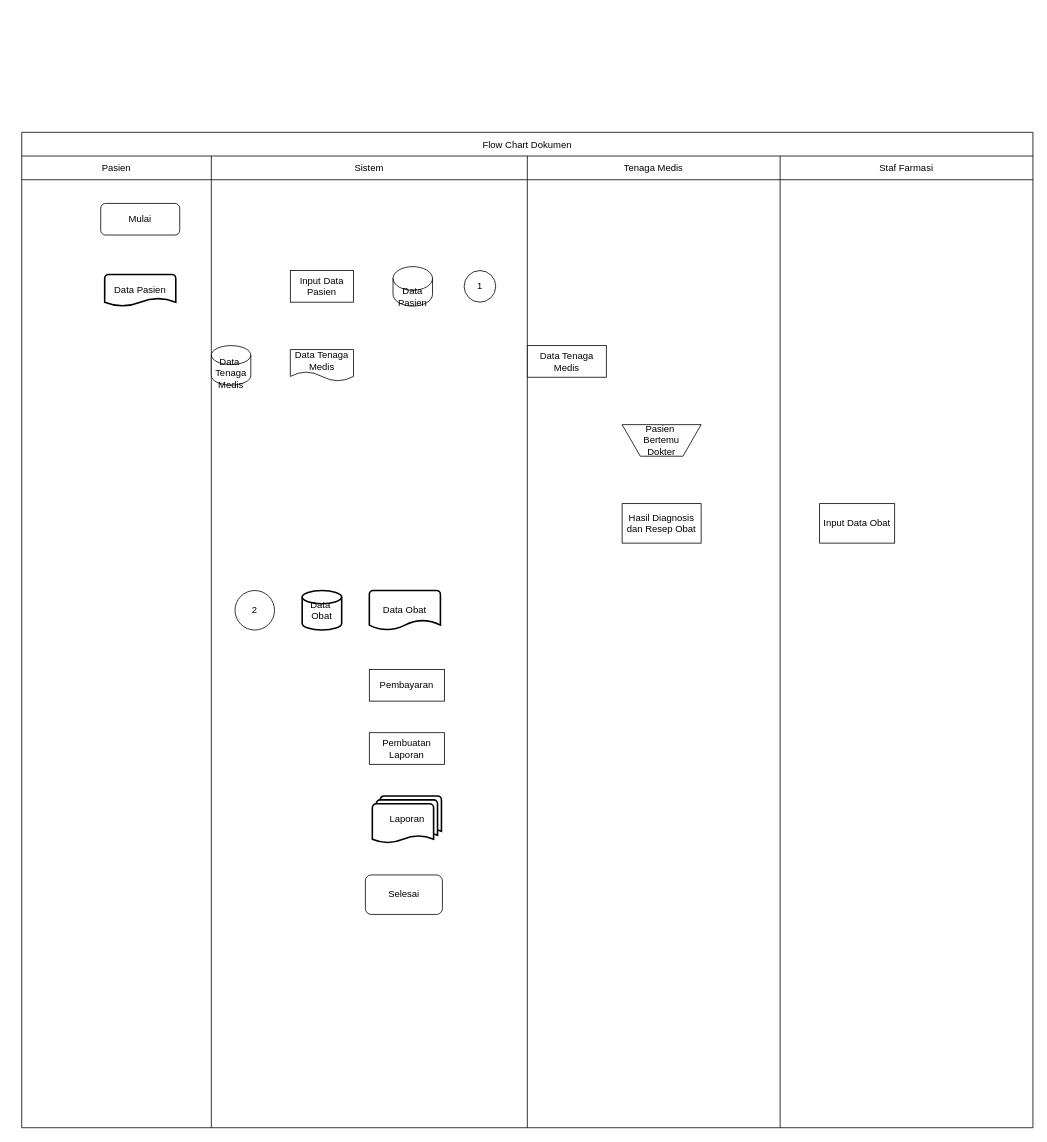
This is page "Page-7" (7 of 7) of Untitled Diagram.drawio from EkaAyuu/Portofolio-Eka, a draw.io file, before an edit. Source tidied: cells renumbered, new cells numbered last; positions are measured from the earlier drawing's top-left corner, leaving out a move shared by most shapes. Both pictures are drawn from the tidied source at 79%, with x=0, y=0 at pixel (21, 132).
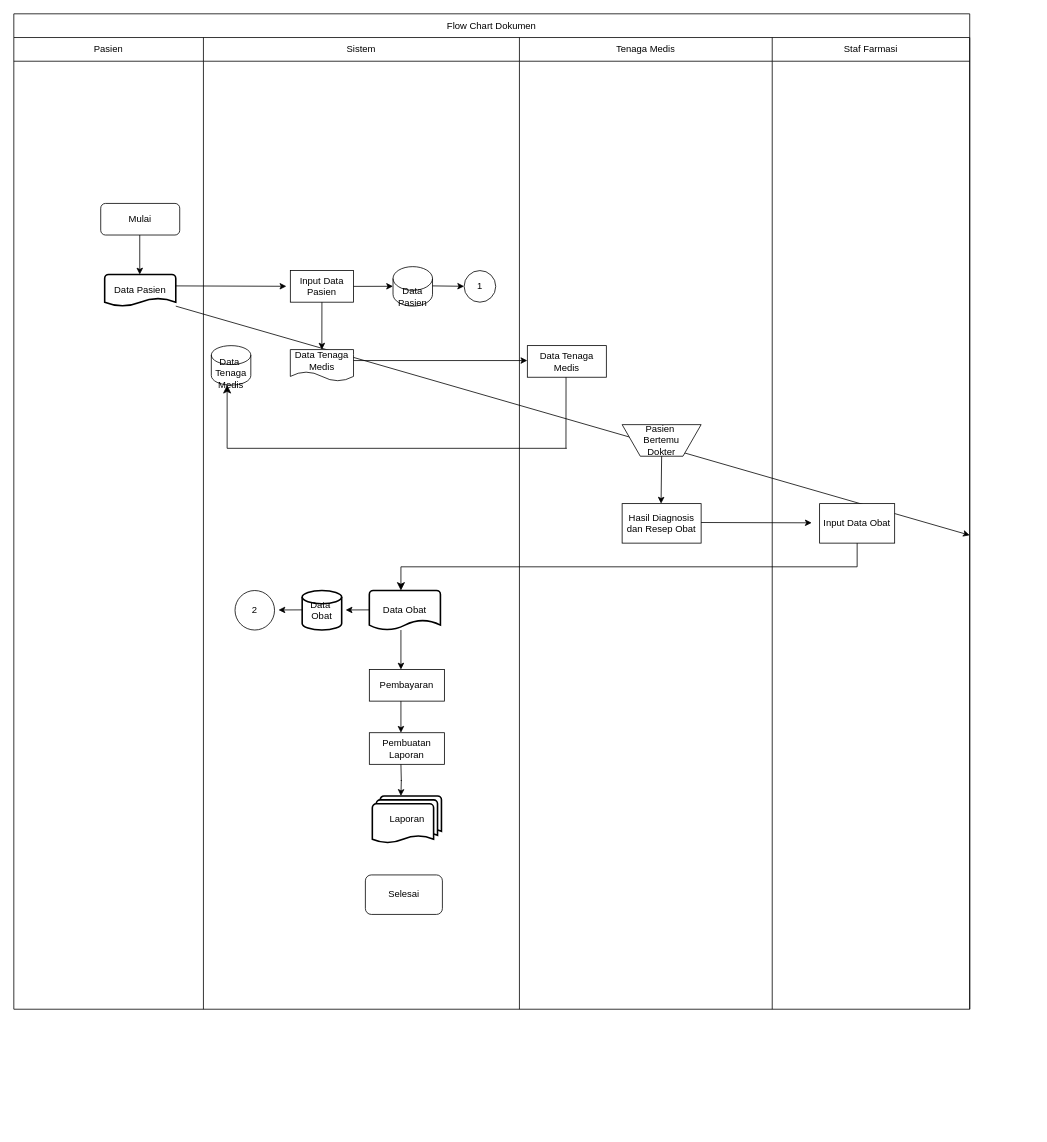
The same page after the edit.

The change refers to these unchanged cells:
```xml
<mxCell id="13" value="Data Pasien" style="strokeWidth=2;html=1;shape=mxgraph.flowchart.document2;whiteSpace=wrap;size=0.25;" parent="1" vertex="1">
  <mxGeometry x="105" y="180" width="90" height="40" as="geometry" />
</mxCell>
<mxCell id="14" value="Mulai" style="rounded=1;whiteSpace=wrap;html=1;" parent="1" vertex="1">
  <mxGeometry x="100" y="90" width="100" height="40" as="geometry" />
</mxCell>
<mxCell id="15" value="Input Data&lt;div&gt;Pasien&lt;/div&gt;" style="rounded=0;whiteSpace=wrap;html=1;" parent="1" vertex="1">
  <mxGeometry x="340" y="175" width="80" height="40" as="geometry" />
</mxCell>
<mxCell id="18" value="Data&amp;nbsp;&lt;div&gt;Tenaga&lt;/div&gt;&lt;div&gt;Medis&lt;/div&gt;" style="shape=cylinder3;whiteSpace=wrap;html=1;boundedLbl=1;backgroundOutline=1;size=11.999999999999915;" parent="1" vertex="1">
  <mxGeometry x="240" y="270" width="50" height="50" as="geometry" />
</mxCell>
<mxCell id="21" value="Pasien&amp;nbsp;&lt;div&gt;Bertemu&lt;/div&gt;&lt;div&gt;Dokter&lt;/div&gt;" style="verticalLabelPosition=middle;verticalAlign=middle;html=1;shape=trapezoid;perimeter=trapezoidPerimeter;whiteSpace=wrap;size=0.23;arcSize=10;flipV=1;labelPosition=center;align=center;" parent="1" vertex="1">
  <mxGeometry x="760" y="370" width="100" height="40" as="geometry" />
</mxCell>
<mxCell id="23" value="Input Data Obat" style="rounded=0;whiteSpace=wrap;html=1;" parent="1" vertex="1">
  <mxGeometry x="1010" y="470" width="95" height="50" as="geometry" />
</mxCell>
```

Diff of the diagram source:
```diff
@@
     <mxCell id="2" value="Flow Chart Dokumen" style="shape=table;startSize=30;childLayout=tableLayout;" parent="1" vertex="1">
-      <mxGeometry width="1280" height="1260" as="geometry" />
+      <mxGeometry x="-10" y="-150" width="1210" height="1260" as="geometry" />
     </mxCell>
     <mxCell id="3" style="shape=tableRow;horizontal=0;startSize=0;swimlaneHead=0;swimlaneBody=0;strokeColor=inherit;top=0;left=0;bottom=0;right=0;fillColor=none;" parent="2" vertex="1">
-      <mxGeometry y="30" width="1280" height="30" as="geometry" />
+      <mxGeometry y="30" width="1210" height="30" as="geometry" />
     </mxCell>
@@
     <mxCell id="7" value="Staf Farmasi" style="shape=partialRectangle;html=1;whiteSpace=wrap;strokeColor=inherit;overflow=hidden;fillColor=none;top=0;left=0;bottom=0;right=0;" parent="3" vertex="1">
-      <mxGeometry x="960" width="320" height="30" as="geometry" />
+      <mxGeometry x="960" width="250" height="30" as="geometry" />
     </mxCell>
     <mxCell id="8" style="shape=tableRow;horizontal=0;startSize=0;swimlaneHead=0;swimlaneBody=0;strokeColor=inherit;top=0;left=0;bottom=0;right=0;fillColor=none;" parent="2" vertex="1">
-      <mxGeometry y="60" width="1280" height="1200" as="geometry" />
+      <mxGeometry y="60" width="1210" height="1200" as="geometry" />
     </mxCell>
@@
     <mxCell id="12" style="shape=partialRectangle;html=1;whiteSpace=wrap;strokeColor=inherit;overflow=hidden;fillColor=none;top=0;left=0;bottom=0;right=0;" parent="8" vertex="1">
-      <mxGeometry x="960" width="320" height="1200" as="geometry" />
+      <mxGeometry x="960" width="250" height="1200" as="geometry" />
     </mxCell>
+    <mxCell id="31" style="shape=waypoint;sketch=0;size=6;points=[];fillColor=default;perimeter=centerPerimeter;snapToPoint=1;strokeWidth=2;" parent="8" vertex="1">
+      <mxGeometry x="1210" height="1200" as="geometry" />
+    </mxCell>
+    <mxCell id="32" style="edgeStyle=orthogonalEdgeStyle;rounded=0;jettySize=auto;html=1;" parent="1" edge="1" source="13" target="31">
+      <mxGeometry relative="1" as="geometry" />
+    </mxCell>
@@
+    <mxCell id="33" style="endArrow=classic;html=1;rounded=0;exitX=0.494;exitY=1;exitDx=0;exitDy=0;exitPerimeter=0;" parent="1" edge="1" source="14">
+      <mxGeometry relative="1" as="geometry">
+        <mxPoint x="149.4" y="180" as="targetPoint" />
+      </mxGeometry>
+    </mxCell>
+    <mxCell id="34" style="endArrow=classic;html=1;rounded=0;exitX=0.5;exitY=1;exitDx=0;exitDy=0;" parent="1" edge="1" source="15">
+      <mxGeometry relative="1" as="geometry">
+        <mxPoint x="379.9" y="275" as="targetPoint" />
+      </mxGeometry>
+    </mxCell>
+    <mxCell id="35" style="endArrow=classic;html=1;rounded=0;" parent="1" edge="1">
+      <mxGeometry relative="1" as="geometry">
+        <mxPoint x="195" y="194.4" as="sourcePoint" />
+        <mxPoint x="335" y="194.9" as="targetPoint" />
+      </mxGeometry>
+    </mxCell>
+    <mxCell id="36" style="endArrow=classic;html=1;rounded=0;" parent="1" edge="1">
+      <mxGeometry relative="1" as="geometry">
+        <mxPoint x="420" y="195" as="sourcePoint" />
+        <mxPoint x="470" y="194.9" as="targetPoint" />
+      </mxGeometry>
+    </mxCell>
+    <mxCell id="37" style="endArrow=classic;html=1;rounded=0;" parent="1" edge="1">
+      <mxGeometry relative="1" as="geometry">
+        <mxPoint x="520" y="194.4" as="sourcePoint" />
+        <mxPoint x="560" y="194.9" as="targetPoint" />
+      </mxGeometry>
+    </mxCell>
+    <mxCell id="38" style="endArrow=classic;html=1;rounded=0;" parent="1" edge="1">
+      <mxGeometry relative="1" as="geometry">
+        <mxPoint x="420" y="288.9" as="sourcePoint" />
+        <mxPoint x="640" y="288.9" as="targetPoint" />
+      </mxGeometry>
+    </mxCell>
+    <mxCell id="39" style="edgeStyle=segmentEdgeStyle;endArrow=classic;html=1;curved=0;rounded=0;endSize=8;startSize=8;entryX=0.4;entryY=1;entryDx=0;entryDy=0;entryPerimeter=0;" parent="1" edge="1" target="18">
+      <mxGeometry relative="1" as="geometry">
+        <mxPoint x="690" y="400" as="sourcePoint" />
+      </mxGeometry>
+    </mxCell>
+    <mxCell id="40" style="endArrow=classic;html=1;rounded=0;exitX=0.5;exitY=1;exitDx=0;exitDy=0;" parent="1" edge="1" source="21">
+      <mxGeometry relative="1" as="geometry">
+        <mxPoint x="809.3" y="470" as="targetPoint" />
+      </mxGeometry>
+    </mxCell>
+    <mxCell id="41" style="endArrow=none;html=1;rounded=0;" parent="1" edge="1">
+      <mxGeometry relative="1" as="geometry">
+        <mxPoint x="688.9" y="400" as="sourcePoint" />
+        <mxPoint x="689" y="310" as="targetPoint" />
+      </mxGeometry>
+    </mxCell>
+    <mxCell id="42" style="endArrow=classic;html=1;rounded=0;" parent="1" edge="1">
+      <mxGeometry relative="1" as="geometry">
+        <mxPoint x="860" y="493.9" as="sourcePoint" />
+        <mxPoint x="1000" y="494.3" as="targetPoint" />
+      </mxGeometry>
+    </mxCell>
+    <mxCell id="43" style="edgeStyle=elbowEdgeStyle;elbow=vertical;endArrow=classic;html=1;curved=0;rounded=0;endSize=8;startSize=8;exitX=0.5;exitY=1;exitDx=0;exitDy=0;" parent="1" edge="1" source="23">
+      <mxGeometry relative="1" as="geometry">
+        <mxPoint x="480" y="580" as="targetPoint" />
+      </mxGeometry>
+    </mxCell>
+    <mxCell id="44" style="endArrow=classic;html=1;rounded=0;" parent="1" edge="1">
+      <mxGeometry relative="1" as="geometry">
+        <mxPoint x="480" y="720" as="sourcePoint" />
+        <mxPoint x="480" y="760" as="targetPoint" />
+      </mxGeometry>
+    </mxCell>
+    <mxCell id="45" style="endArrow=classic;html=1;rounded=0;" parent="1" edge="1">
+      <mxGeometry relative="1" as="geometry">
+        <mxPoint x="480" y="630" as="sourcePoint" />
+        <mxPoint x="480" y="680" as="targetPoint" />
+      </mxGeometry>
+    </mxCell>
+    <mxCell id="46" style="edgeStyle=orthogonalEdgeStyle;rounded=0;orthogonalLoop=1;jettySize=auto;html=1;" parent="1" edge="1">
+      <mxGeometry relative="1" as="geometry">
+        <mxPoint x="480" y="800" as="sourcePoint" />
+        <mxPoint x="480" y="840" as="targetPoint" />
+      </mxGeometry>
+    </mxCell>
+    <mxCell id="47" style="endArrow=classic;html=1;rounded=0;" parent="1" edge="1">
+      <mxGeometry relative="1" as="geometry">
+        <mxPoint x="355" y="604.5" as="sourcePoint" />
+        <mxPoint x="325" y="604.6" as="targetPoint" />
+      </mxGeometry>
+    </mxCell>
+    <mxCell id="48" style="endArrow=classic;html=1;rounded=0;" parent="1" edge="1">
+      <mxGeometry relative="1" as="geometry">
+        <mxPoint x="440" y="604.5" as="sourcePoint" />
+        <mxPoint x="410" y="604.6" as="targetPoint" />
+      </mxGeometry>
+    </mxCell>
```
